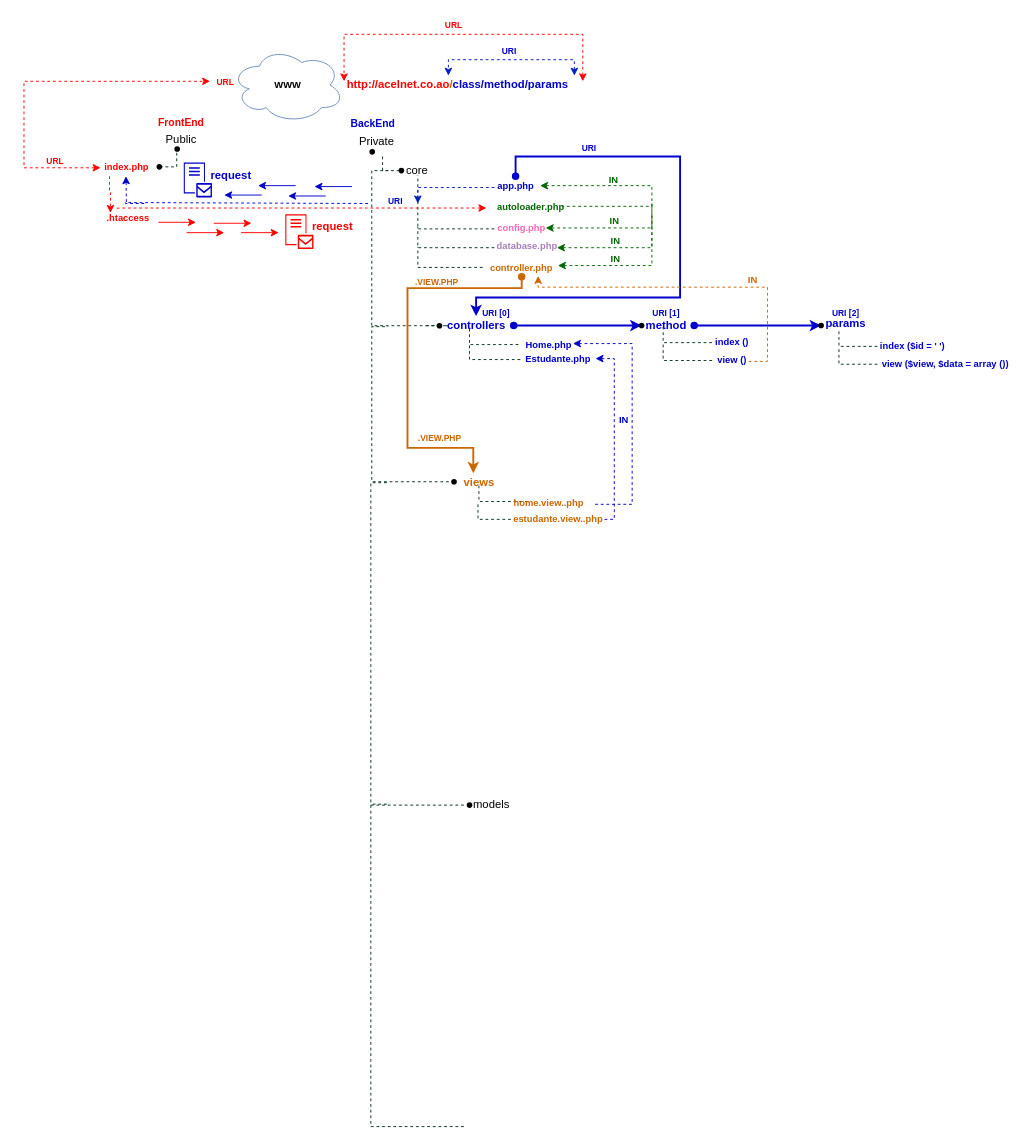
acaluege/acelnet_school keeps this draw.io diagram as material/Diagrama_acelnet_school.drawio. Above is the earlier version. Source tidied: cells renumbered, new cells numbered last; positions are measured from the earlier drawing's top-left corner, leaving out a move shared by most shapes. Both pictures are drawn from the tidied source at 94%, with x=0, y=0 at pixel (24, 16).
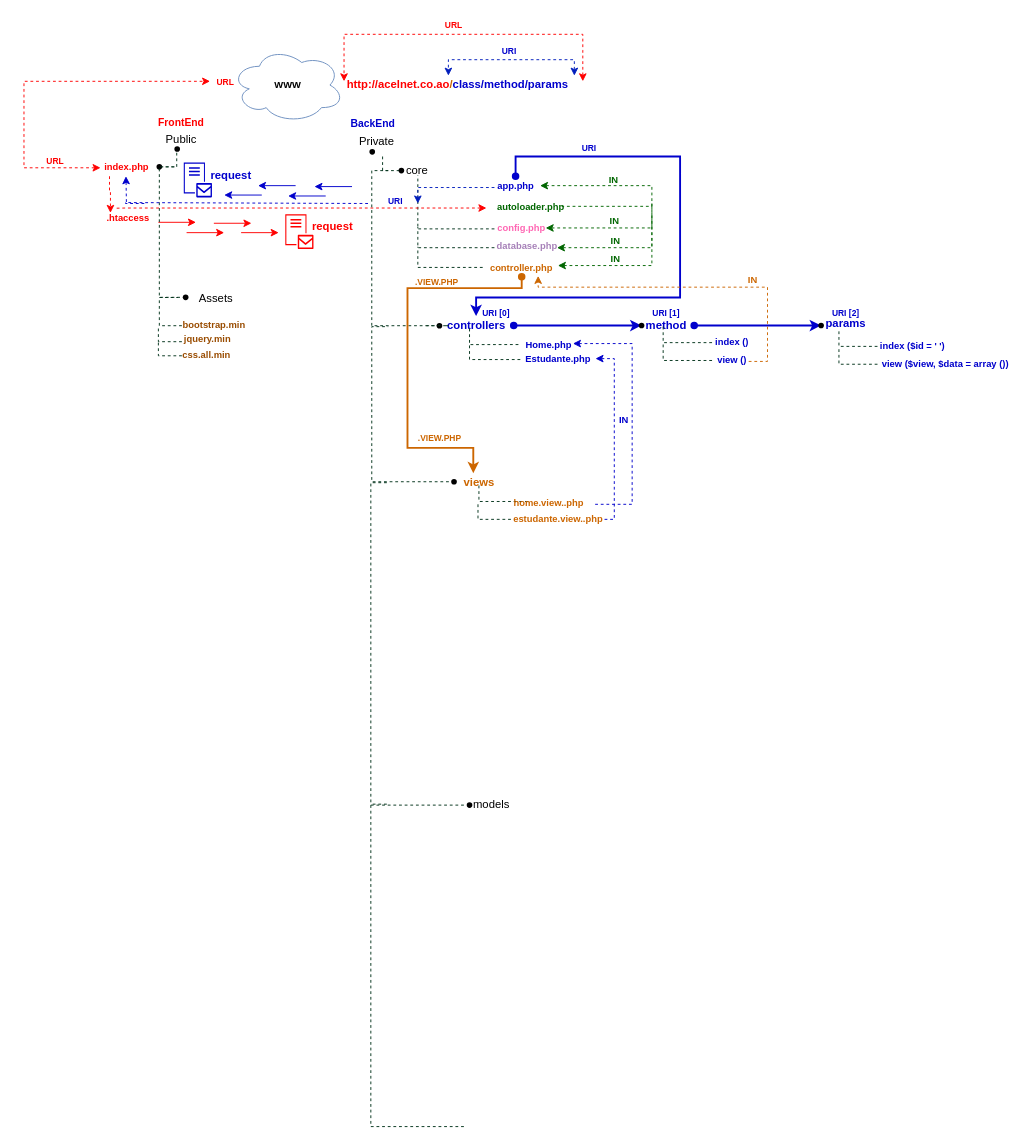
The same page after the edit.

Change to the diagram source:
```diff
@@
+    <mxCell id="104" style="edgeStyle=orthogonalEdgeStyle;rounded=0;jettySize=auto;html=1;dashed=1;startArrow=none;startFill=0;endArrow=none;endFill=0;strokeColor=#00331A;strokeWidth=1;" parent="1" edge="1" source="105">
+      <mxGeometry relative="1" as="geometry">
+        <mxPoint x="163" y="160" as="targetPoint" />
+        <Array as="points">
+          <mxPoint x="144" y="160" />
+        </Array>
+      </mxGeometry>
+    </mxCell>
+    <mxCell id="105" style="shape=waypoint;sketch=0;fillStyle=solid;size=6;points=[];fillColor=none;perimeter=centerPerimeter;snapToPoint=1;fontSize=10;fontStyle=1;" parent="1" vertex="1">
+      <mxGeometry x="152" y="278.8" width="40" height="40" as="geometry" />
+    </mxCell>
+    <mxCell id="106" value="Assets" style="text;html=1;align=center;verticalAlign=middle;strokeColor=none;fillColor=none;fontSize=12;" parent="1" vertex="1">
+      <mxGeometry x="179" y="289.5" width="50" height="20" as="geometry" />
+    </mxCell>
+    <mxCell id="107" style="edgeStyle=orthogonalEdgeStyle;rounded=0;orthogonalLoop=1;jettySize=auto;html=1;dashed=1;startArrow=none;startFill=0;endArrow=none;endFill=0;strokeColor=#00331A;strokeWidth=1;" parent="1" edge="1">
+      <mxGeometry relative="1" as="geometry">
+        <mxPoint x="168" y="329" as="sourcePoint" />
+        <mxPoint x="164" y="299" as="targetPoint" />
+        <Array as="points">
+          <mxPoint x="164" y="329" />
+          <mxPoint x="144" y="329" />
+          <mxPoint x="144" y="299" />
+        </Array>
+      </mxGeometry>
+    </mxCell>
+    <mxCell id="108" value="bootstrap.min" style="text;html=1;align=center;verticalAlign=middle;whiteSpace=wrap;rounded=0;fontStyle=1;fontSize=10;fontColor=#994C00;" parent="1" vertex="1">
+      <mxGeometry x="169.5" y="318" width="65" height="20.5" as="geometry" />
+    </mxCell>
+    <mxCell id="109" value="jquery.min" style="text;html=1;align=center;verticalAlign=middle;whiteSpace=wrap;rounded=0;fontStyle=1;fontSize=10;fontColor=#994C00;" parent="1" vertex="1">
+      <mxGeometry x="163" y="333.2" width="65" height="20.5" as="geometry" />
+    </mxCell>
+    <mxCell id="110" style="edgeStyle=orthogonalEdgeStyle;rounded=0;orthogonalLoop=1;jettySize=auto;html=1;dashed=1;startArrow=none;startFill=0;endArrow=none;endFill=0;strokeColor=#00331A;strokeWidth=1;" parent="1" edge="1">
+      <mxGeometry relative="1" as="geometry">
+        <mxPoint x="168" y="346" as="sourcePoint" />
+        <mxPoint x="143" y="332" as="targetPoint" />
+        <Array as="points">
+          <mxPoint x="143" y="346" />
+        </Array>
+      </mxGeometry>
+    </mxCell>
+    <mxCell id="111" style="edgeStyle=orthogonalEdgeStyle;rounded=0;orthogonalLoop=1;jettySize=auto;html=1;dashed=1;startArrow=none;startFill=0;endArrow=none;endFill=0;strokeColor=#00331A;strokeWidth=1;" parent="1" edge="1">
+      <mxGeometry relative="1" as="geometry">
+        <mxPoint x="168" y="361" as="sourcePoint" />
+        <mxPoint x="143" y="347" as="targetPoint" />
+        <Array as="points">
+          <mxPoint x="143" y="361" />
+        </Array>
+      </mxGeometry>
+    </mxCell>
+    <mxCell id="112" value="css.all.min" style="text;html=1;align=center;verticalAlign=middle;whiteSpace=wrap;rounded=0;fontStyle=1;fontSize=10;fontColor=#994C00;" parent="1" vertex="1">
+      <mxGeometry x="162" y="350.2" width="65" height="20.5" as="geometry" />
+    </mxCell>
```
